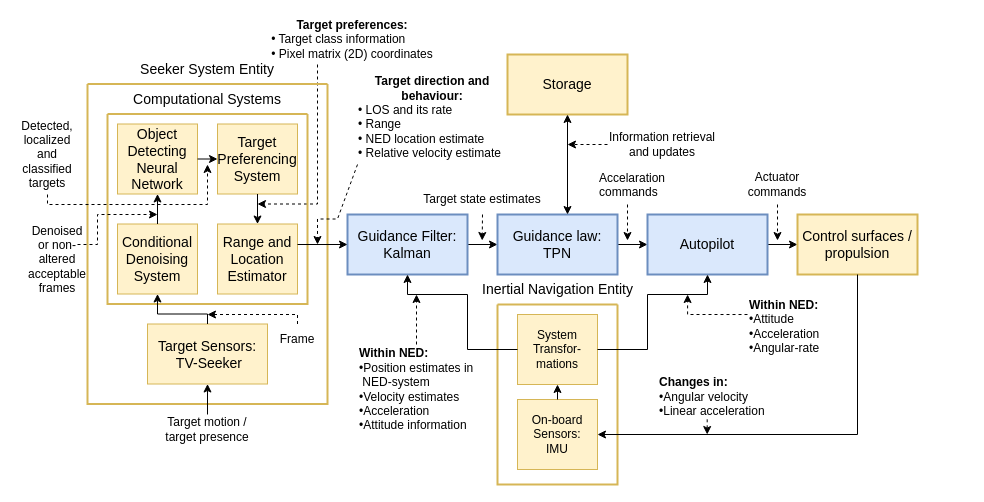
Before: Control-Topology.drawio in jukkajo/satunnaista-tavaraa, a draw.io diagram. Source tidied: cells renumbered, new cells numbered last; positions are measured from the earlier drawing's top-left corner, leaving out a move shared by most shapes. Both pictures are drawn from the tidied source at 100%, with x=0, y=0 at pixel (17, 24).
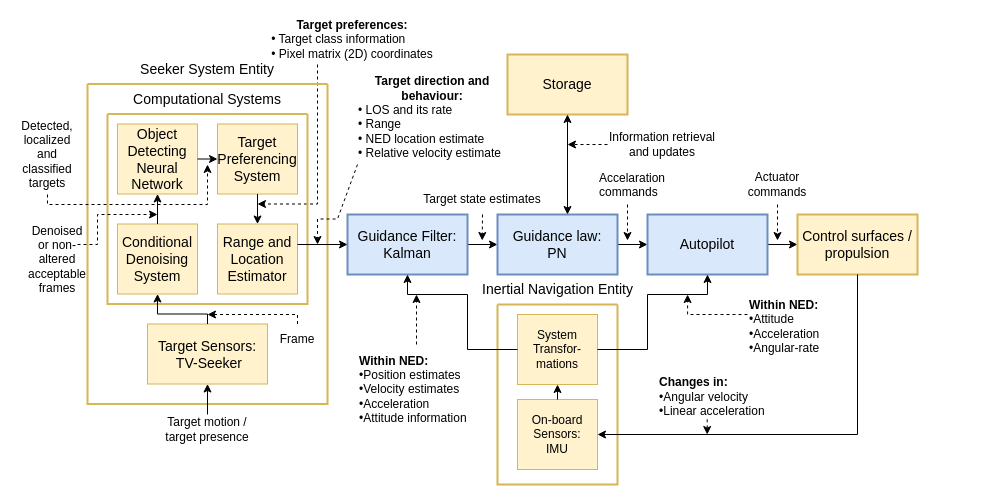
Above is the later version.

Change to the diagram source:
```diff
@@
-    <mxCell id="8" value="&lt;div&gt;&lt;font style=&quot;font-size: 14px;&quot;&gt;Guidance law:&lt;/font&gt;&lt;/div&gt;&lt;div&gt;&lt;font style=&quot;font-size: 14px;&quot;&gt;TPN&lt;/font&gt;&lt;/div&gt;" style="rounded=0;whiteSpace=wrap;html=1;fillColor=#dae8fc;strokeColor=#6c8ebf;strokeWidth=2;" parent="1" vertex="1">
+    <mxCell id="8" value="&lt;div&gt;&lt;font style=&quot;font-size: 14px;&quot;&gt;Guidance law:&lt;/font&gt;&lt;/div&gt;&lt;div&gt;&lt;font style=&quot;font-size: 14px;&quot;&gt;PN&lt;/font&gt;&lt;/div&gt;" style="rounded=0;whiteSpace=wrap;html=1;fillColor=#dae8fc;strokeColor=#6c8ebf;strokeWidth=2;" parent="1" vertex="1">
       <mxGeometry x="480" y="190" width="120" height="60" as="geometry" />
     </mxCell>
@@
-    <mxCell id="47" value="&lt;div&gt;&lt;b&gt;&lt;br&gt;&lt;/b&gt;&lt;/div&gt;&lt;div&gt;&lt;b&gt;Within NED:&lt;/b&gt;&lt;br&gt;&lt;/div&gt;&lt;div align=&quot;left&quot;&gt;&lt;font style=&quot;font-size: 12px;&quot;&gt;•Position estimates in&lt;/font&gt;&lt;/div&gt;&lt;div align=&quot;left&quot;&gt;&lt;font style=&quot;font-size: 12px;&quot;&gt;&amp;nbsp;NED-syst&lt;/font&gt;&lt;font style=&quot;font-size: 12px;&quot;&gt;em&lt;br&gt;&lt;/font&gt;&lt;font style=&quot;font-size: 12px;&quot;&gt;•&lt;/font&gt;&lt;font style=&quot;font-size: 12px;&quot;&gt;Velocity estimates&lt;br&gt;&lt;/font&gt;&lt;font style=&quot;font-size: 12px;&quot;&gt;•&lt;/font&gt;&lt;font style=&quot;font-size: 12px;&quot;&gt;Acceleration&lt;br&gt;&lt;/font&gt;&lt;font style=&quot;font-size: 12px;&quot;&gt;•&lt;/font&gt;&lt;font style=&quot;font-size: 12px;&quot;&gt;Attitude information&lt;br&gt;&lt;br&gt;&lt;/font&gt;&lt;/div&gt;" style="text;html=1;align=left;verticalAlign=middle;whiteSpace=wrap;rounded=0;" parent="1" vertex="1">
+    <mxCell id="47" value="&lt;div&gt;&lt;b&gt;&lt;br&gt;&lt;/b&gt;&lt;/div&gt;&lt;div&gt;&lt;b&gt;Within NED:&lt;/b&gt;&lt;br&gt;&lt;/div&gt;&lt;div align=&quot;left&quot;&gt;&lt;font style=&quot;font-size: 12px;&quot;&gt;•Position estimates&lt;br&gt;&lt;/font&gt;&lt;font style=&quot;font-size: 12px;&quot;&gt;•&lt;/font&gt;&lt;font style=&quot;font-size: 12px;&quot;&gt;Velocity estimates&lt;br&gt;&lt;/font&gt;&lt;font style=&quot;font-size: 12px;&quot;&gt;•&lt;/font&gt;&lt;font style=&quot;font-size: 12px;&quot;&gt;Acceleration&lt;br&gt;&lt;/font&gt;&lt;font style=&quot;font-size: 12px;&quot;&gt;•&lt;/font&gt;&lt;font style=&quot;font-size: 12px;&quot;&gt;Attitude information&lt;br&gt;&lt;br&gt;&lt;/font&gt;&lt;/div&gt;" style="text;html=1;align=left;verticalAlign=middle;whiteSpace=wrap;rounded=0;" parent="1" vertex="1">
       <mxGeometry x="340" y="330" width="220" height="70" as="geometry" />
     </mxCell>
```
